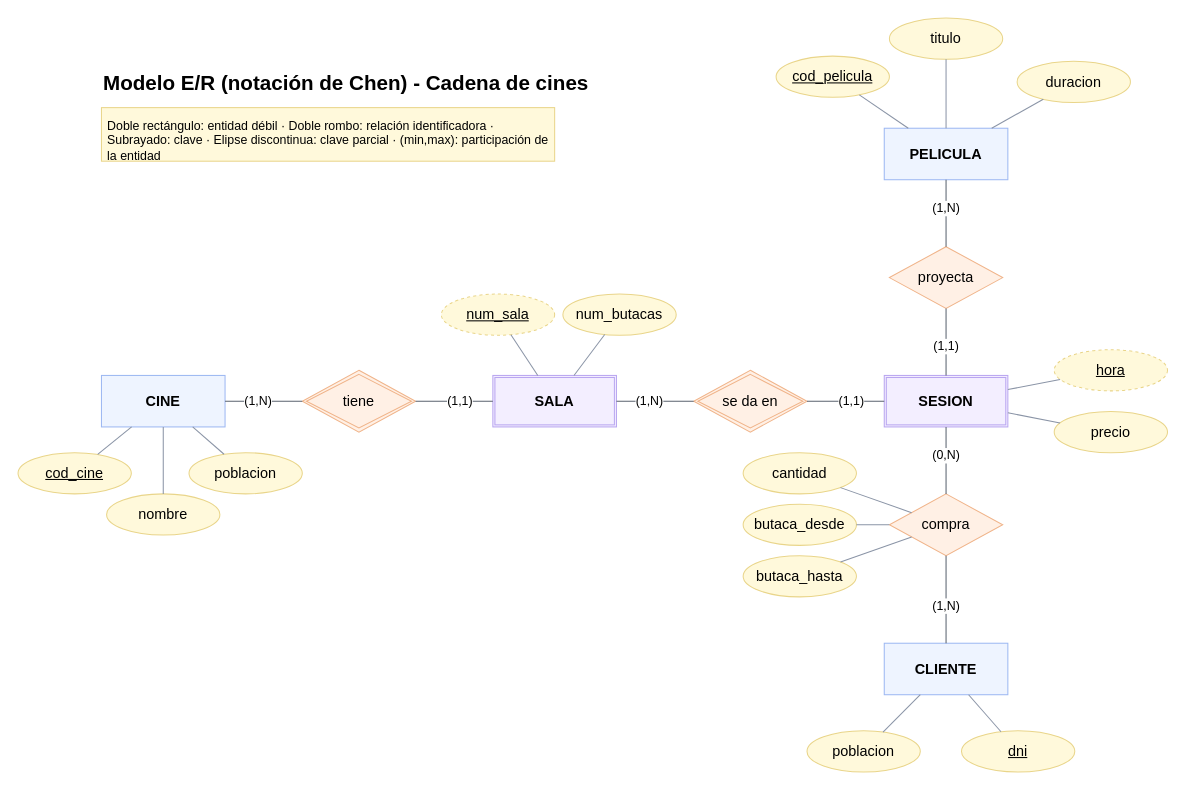
davidpmXx/diagramas keeps this draw.io diagram as bbdd_cadena_de_cines.drawio. Above is the earlier version. Source tidied: cells renumbered, new cells numbered last; positions are measured from the earlier drawing's top-left corner, leaving out a move shared by most shapes. Both pictures are drawn from the tidied source at 103%, with x=0, y=0 at pixel (18, 18).
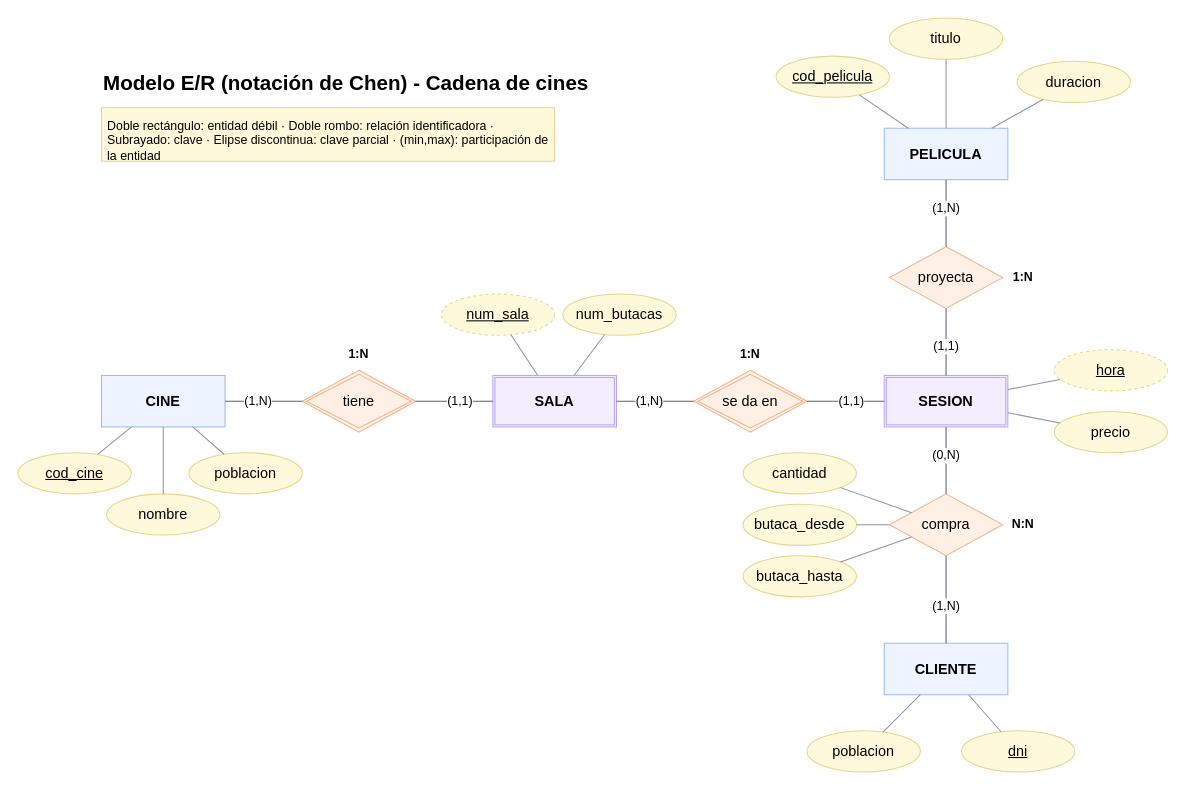
After the change.

Diff of the diagram source:
```diff
@@
+    <mxCell id="51" value="&lt;b&gt;1:N&lt;/b&gt;" style="text;html=1;whiteSpace=wrap;strokeColor=none;fillColor=none;align=center;verticalAlign=middle;rounded=0;" parent="1" vertex="1">
+      <mxGeometry x="301" y="312" width="60" height="30" as="geometry" />
+    </mxCell>
+    <mxCell id="52" value="&lt;b&gt;1:N&lt;/b&gt;" style="text;html=1;whiteSpace=wrap;strokeColor=none;fillColor=none;align=center;verticalAlign=middle;rounded=0;" parent="1" vertex="1">
+      <mxGeometry x="681" y="312" width="60" height="30" as="geometry" />
+    </mxCell>
+    <mxCell id="53" value="&lt;b&gt;N:N&lt;/b&gt;" style="text;html=1;whiteSpace=wrap;strokeColor=none;fillColor=none;align=center;verticalAlign=middle;rounded=0;" parent="1" vertex="1">
+      <mxGeometry x="946" y="477" width="60" height="30" as="geometry" />
+    </mxCell>
+    <mxCell id="54" value="&lt;b&gt;1:N&lt;/b&gt;" style="text;html=1;whiteSpace=wrap;strokeColor=none;fillColor=none;align=center;verticalAlign=middle;rounded=0;" parent="1" vertex="1">
+      <mxGeometry x="946" y="237" width="60" height="30" as="geometry" />
+    </mxCell>
```
